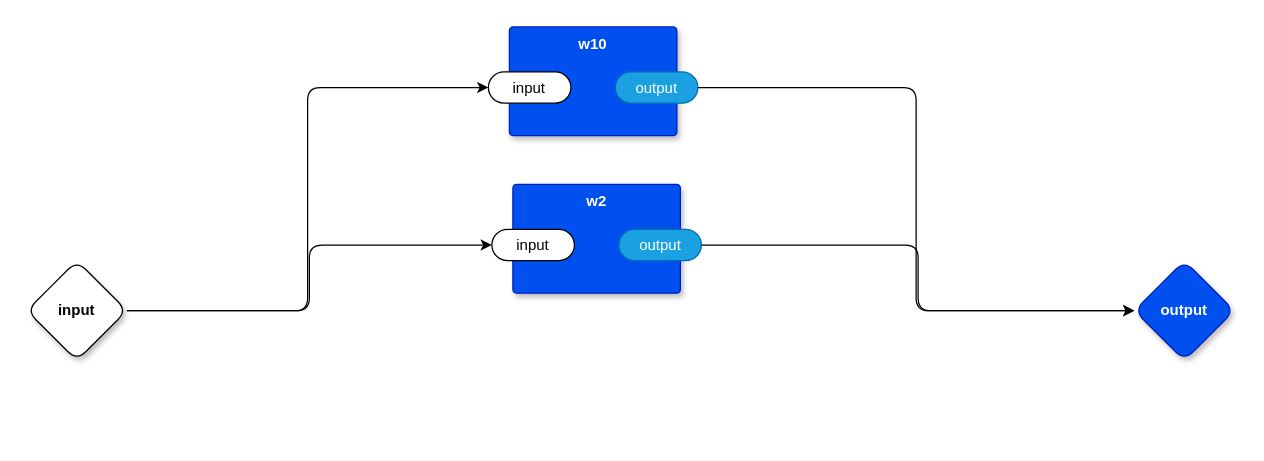
The draw.io diagram page "parw10w2" (7 of 7) of example.drawio in guitarvydas/odin0d, before the edit. Source tidied: cells renumbered, new cells numbered last; positions are measured from the earlier drawing's top-left corner, leaving out a move shared by most shapes. Both pictures are drawn from the tidied source at 125%, with x=0, y=0 at pixel (26, 26).
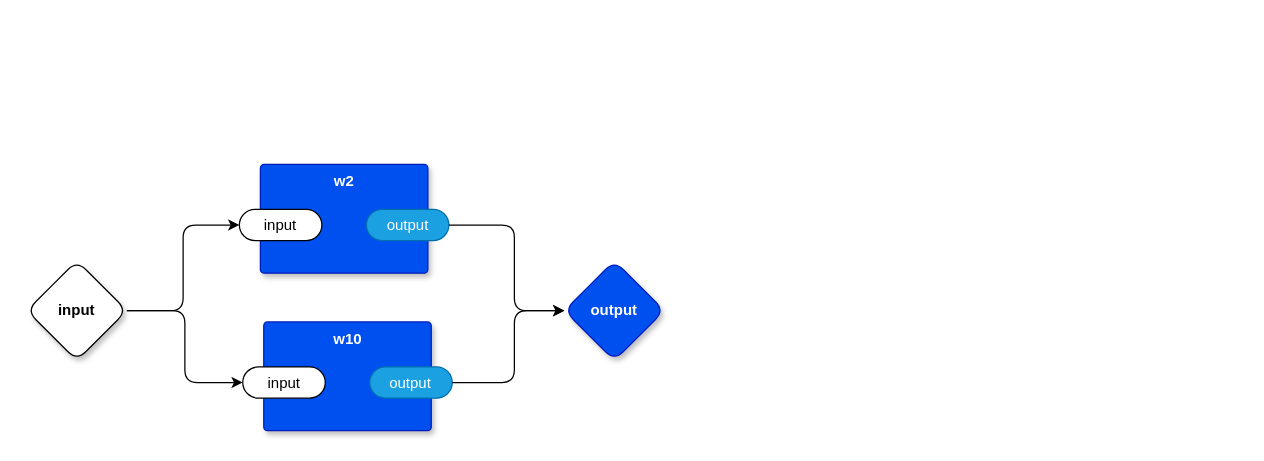
Above is the later version.

Diff of the diagram source:
```diff
@@
 <mxGraphModel>
   <root>
     <mxCell id="0" />
     <mxCell id="1" parent="0" />
     <mxCell id="2" style="edgeStyle=orthogonalEdgeStyle;rounded=1;jettySize=auto;html=1;entryX=0;entryY=0.5;entryDx=0;entryDy=0;entryPerimeter=0;" parent="1" edge="1" source="4" target="7">
       <mxGeometry relative="1" as="geometry" />
     </mxCell>
     <mxCell id="3" style="edgeStyle=orthogonalEdgeStyle;rounded=1;jettySize=auto;html=1;entryX=0;entryY=0.5;entryDx=0;entryDy=0;entryPerimeter=0;" parent="1" edge="1" source="4" target="11">
       <mxGeometry relative="1" as="geometry" />
     </mxCell>
     <mxCell id="4" value="input" style="rhombus;whiteSpace=wrap;html=1;rounded=1;fontStyle=1;glass=0;sketch=0;fontSize=12;points=[[0,0.5,0,0,0],[0.5,0,0,0,0],[0.5,1,0,0,0],[1,0.5,0,0,0]];shadow=1;" parent="1" vertex="1">
       <mxGeometry y="187" width="80" height="80" as="geometry" />
     </mxCell>
     <mxCell id="5" value="output" style="rhombus;whiteSpace=wrap;html=1;rounded=1;fillColor=#0050ef;fontColor=#ffffff;strokeColor=#001DBC;fontStyle=1;glass=0;sketch=0;fontSize=12;points=[[0,0.5,0,0,0],[0.5,0,0,0,0],[0.5,1,0,0,0],[1,0.5,0,0,0]];shadow=1;" parent="1" vertex="1">
-      <mxGeometry x="886" y="187" width="80" height="80" as="geometry" />
+      <mxGeometry x="430" y="187" width="80" height="80" as="geometry" />
     </mxCell>
-    <mxCell id="6" value="w2" style="rounded=1;whiteSpace=wrap;html=1;sketch=0;verticalAlign=top;arcSize=6;fontStyle=1;absoluteArcSize=1;shadow=1;strokeColor=#001DBC;fillColor=#0050ef;fontColor=#ffffff;" parent="1" vertex="1">
-      <mxGeometry x="388.8" y="126" width="134" height="87" as="geometry" />
+    <mxCell id="6" value="w10" style="rounded=1;whiteSpace=wrap;html=1;sketch=0;verticalAlign=top;arcSize=6;fontStyle=1;absoluteArcSize=1;shadow=1;strokeColor=#001DBC;fillColor=#0050ef;fontColor=#ffffff;" parent="1" vertex="1">
+      <mxGeometry x="189.5" y="236" width="134" height="87" as="geometry" />
     </mxCell>
     <mxCell id="7" value="input" style="rounded=1;whiteSpace=wrap;html=1;sketch=0;points=[[0,0.5,0,0,0],[1,0.5,0,0,0]];arcSize=50;" parent="6" vertex="1">
       <mxGeometry x="-16.8" y="36" width="66" height="25" as="geometry" />
     </mxCell>
     <mxCell id="8" value="output" style="rounded=1;whiteSpace=wrap;html=1;sketch=0;points=[[0,0.5,0,0,0],[1,0.5,0,0,0]];fillColor=#1ba1e2;fontColor=#ffffff;strokeColor=#006EAF;arcSize=50;" parent="6" vertex="1">
       <mxGeometry x="84.8" y="36" width="66" height="25" as="geometry" />
     </mxCell>
-    <mxCell id="9" style="edgeStyle=orthogonalEdgeStyle;rounded=1;jettySize=auto;html=1;exitX=1;exitY=0.5;exitDx=0;exitDy=0;exitPerimeter=0;" parent="1" edge="1" source="8" target="5">
+    <mxCell id="9" style="edgeStyle=orthogonalEdgeStyle;rounded=1;jettySize=auto;html=1;exitX=1;exitY=0.5;exitDx=0;exitDy=0;exitPerimeter=0;entryX=0;entryY=0.5;entryDx=0;entryDy=0;entryPerimeter=0;" parent="1" edge="1" source="8" target="5">
       <mxGeometry relative="1" as="geometry">
         <Array as="points">
-          <mxPoint x="713" y="174" />
-          <mxPoint x="713" y="227" />
+          <mxPoint x="390" y="285" />
+          <mxPoint x="390" y="227" />
         </Array>
       </mxGeometry>
     </mxCell>
-    <mxCell id="10" value="w10" style="rounded=1;whiteSpace=wrap;html=1;sketch=0;verticalAlign=top;arcSize=6;fontStyle=1;absoluteArcSize=1;shadow=1;strokeColor=#001DBC;fillColor=#0050ef;fontColor=#ffffff;" parent="1" vertex="1">
-      <mxGeometry x="386" width="134" height="87" as="geometry" />
+    <mxCell id="10" value="w2" style="rounded=1;whiteSpace=wrap;html=1;sketch=0;verticalAlign=top;arcSize=6;fontStyle=1;absoluteArcSize=1;shadow=1;strokeColor=#001DBC;fillColor=#0050ef;fontColor=#ffffff;" parent="1" vertex="1">
+      <mxGeometry x="186.8" y="110" width="134" height="87" as="geometry" />
     </mxCell>
     <mxCell id="11" value="input" style="rounded=1;whiteSpace=wrap;html=1;sketch=0;points=[[0,0.5,0,0,0],[1,0.5,0,0,0]];arcSize=50;" parent="10" vertex="1">
       <mxGeometry x="-16.8" y="36" width="66" height="25" as="geometry" />
     </mxCell>
     <mxCell id="12" value="output" style="rounded=1;whiteSpace=wrap;html=1;sketch=0;points=[[0,0.5,0,0,0],[1,0.5,0,0,0]];fillColor=#1ba1e2;fontColor=#ffffff;strokeColor=#006EAF;arcSize=50;" parent="10" vertex="1">
       <mxGeometry x="84.8" y="36" width="66" height="25" as="geometry" />
     </mxCell>
     <mxCell id="13" style="edgeStyle=orthogonalEdgeStyle;rounded=1;jettySize=auto;html=1;exitX=1;exitY=0.5;exitDx=0;exitDy=0;exitPerimeter=0;entryX=0;entryY=0.5;entryDx=0;entryDy=0;entryPerimeter=0;" parent="1" edge="1" source="12" target="5">
-      <mxGeometry relative="1" as="geometry" />
+      <mxGeometry relative="1" as="geometry">
+        <Array as="points">
+          <mxPoint x="390" y="159" />
+          <mxPoint x="390" y="227" />
+        </Array>
+      </mxGeometry>
     </mxCell>
   </root>
 </mxGraphModel>
```
